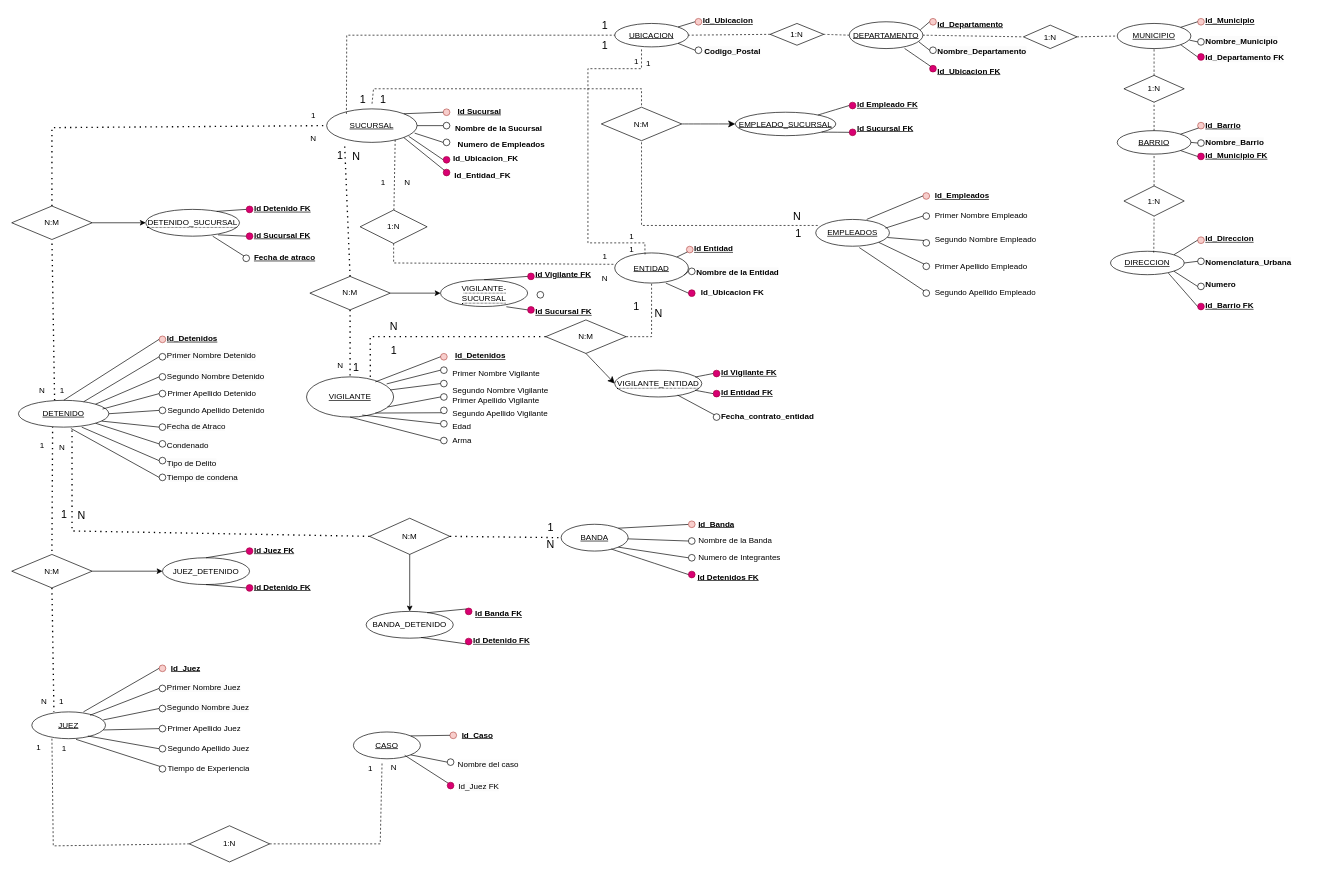
Before: page "DER" (2 of 2) of TRABAJO POLICIA/DER-POLICIA-CECILIA-JENYFER.drawio in JenyferQuintero/CASO-POLICIA---JENYFER-CECILIA, a draw.io diagram. Source tidied: cells renumbered, new cells numbered last; positions are measured from the earlier drawing's top-left corner, leaving out a move shared by most shapes. Both pictures are drawn from the tidied source at 67%, with x=0, y=0 at pixel (11, 11).
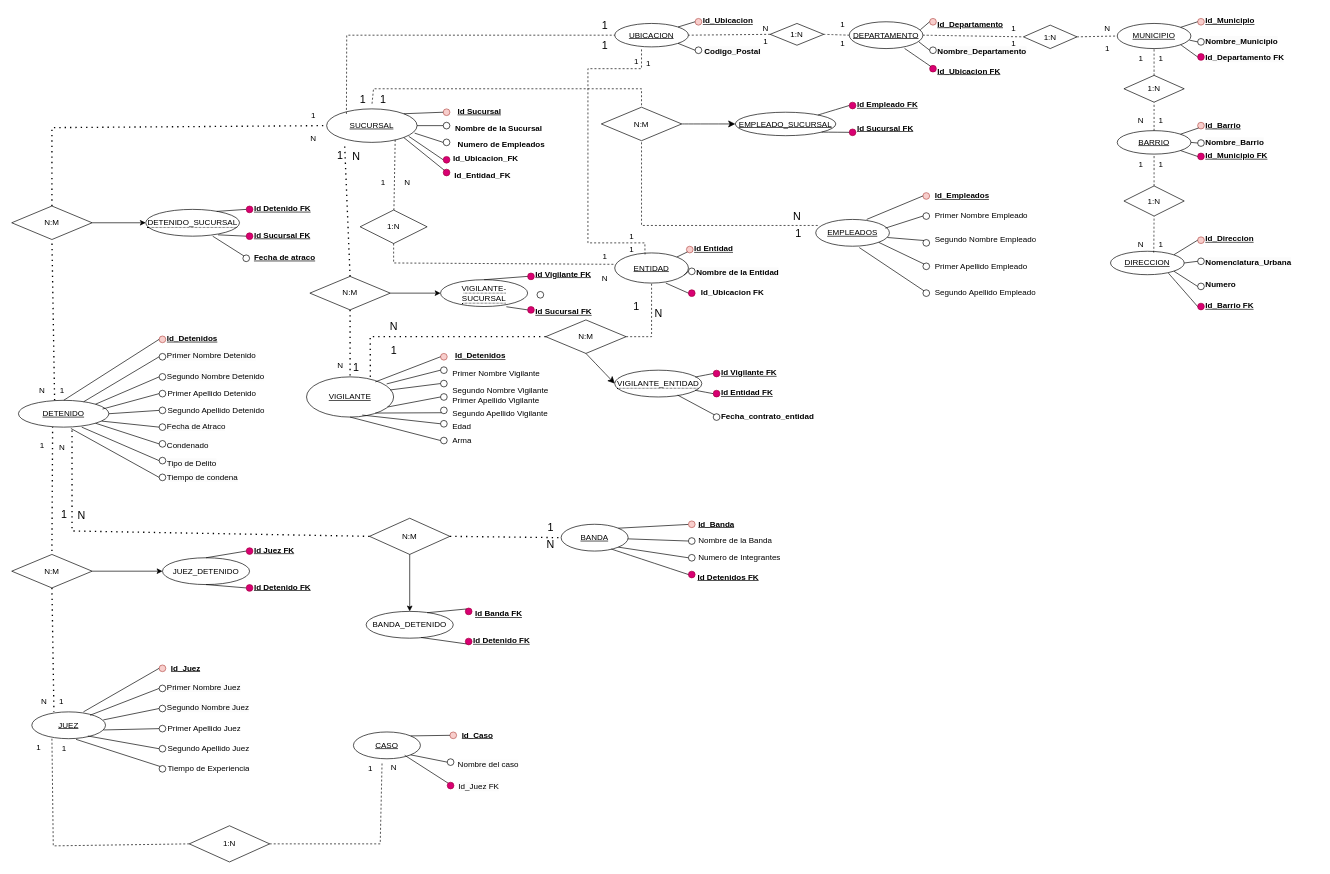
The same diagram, later.

Change to the diagram source:
```diff
@@
+    <mxCell id="320" value="1" style="text;html=1;align=center;verticalAlign=middle;strokeColor=none;fillColor=none;" parent="1" vertex="1">
+      <mxGeometry x="1110" y="30" width="30" height="30" as="geometry" />
+    </mxCell>
+    <mxCell id="321" value="1" style="text;html=1;align=center;verticalAlign=middle;strokeColor=none;fillColor=none;" parent="1" vertex="1">
+      <mxGeometry x="1225" y="33" width="30" height="30" as="geometry" />
+    </mxCell>
+    <mxCell id="322" value="1" style="text;html=1;align=center;verticalAlign=middle;strokeColor=none;fillColor=none;" parent="1" vertex="1">
+      <mxGeometry x="1225" y="5" width="30" height="30" as="geometry" />
+    </mxCell>
+    <mxCell id="323" value="N" style="text;html=1;align=center;verticalAlign=middle;strokeColor=none;fillColor=none;" parent="1" vertex="1">
+      <mxGeometry x="1110" y="10" width="30" height="30" as="geometry" />
+    </mxCell>
+    <mxCell id="324" value="1" style="text;html=1;align=center;verticalAlign=middle;strokeColor=none;fillColor=none;" parent="1" vertex="1">
+      <mxGeometry x="1480" y="33" width="30" height="30" as="geometry" />
+    </mxCell>
+    <mxCell id="325" value="N" style="text;html=1;align=center;verticalAlign=middle;strokeColor=none;fillColor=none;" parent="1" vertex="1">
+      <mxGeometry x="1620" y="10" width="30" height="30" as="geometry" />
+    </mxCell>
+    <mxCell id="326" value="1" style="text;html=1;align=center;verticalAlign=middle;strokeColor=none;fillColor=none;" parent="1" vertex="1">
+      <mxGeometry x="1620" y="40" width="30" height="30" as="geometry" />
+    </mxCell>
+    <mxCell id="327" value="1" style="text;html=1;align=center;verticalAlign=middle;strokeColor=none;fillColor=none;" parent="1" vertex="1">
+      <mxGeometry x="1670" y="212.5" width="30" height="30" as="geometry" />
+    </mxCell>
+    <mxCell id="328" value="1" style="text;html=1;align=center;verticalAlign=middle;strokeColor=none;fillColor=none;" parent="1" vertex="1">
+      <mxGeometry x="1700" y="333" width="30" height="30" as="geometry" />
+    </mxCell>
+    <mxCell id="329" value="1" style="text;html=1;align=center;verticalAlign=middle;strokeColor=none;fillColor=none;" parent="1" vertex="1">
+      <mxGeometry x="1700" y="147.5" width="30" height="30" as="geometry" />
+    </mxCell>
+    <mxCell id="330" value="1" style="text;html=1;align=center;verticalAlign=middle;strokeColor=none;fillColor=none;" parent="1" vertex="1">
+      <mxGeometry x="1480" y="10" width="30" height="30" as="geometry" />
+    </mxCell>
+    <mxCell id="331" value="1" style="text;html=1;align=center;verticalAlign=middle;strokeColor=none;fillColor=none;" parent="1" vertex="1">
+      <mxGeometry x="1670" y="55" width="30" height="30" as="geometry" />
+    </mxCell>
+    <mxCell id="332" value="N" style="text;html=1;align=center;verticalAlign=middle;strokeColor=none;fillColor=none;" parent="1" vertex="1">
+      <mxGeometry x="1670" y="147.5" width="30" height="30" as="geometry" />
+    </mxCell>
+    <mxCell id="333" value="1" style="text;html=1;align=center;verticalAlign=middle;strokeColor=none;fillColor=none;" parent="1" vertex="1">
+      <mxGeometry x="1700" y="55" width="30" height="30" as="geometry" />
+    </mxCell>
+    <mxCell id="334" value="1" style="text;html=1;align=center;verticalAlign=middle;strokeColor=none;fillColor=none;" parent="1" vertex="1">
+      <mxGeometry x="1700" y="212.5" width="30" height="30" as="geometry" />
+    </mxCell>
+    <mxCell id="335" value="N" style="text;html=1;align=center;verticalAlign=middle;strokeColor=none;fillColor=none;" parent="1" vertex="1">
+      <mxGeometry x="1670" y="333" width="30" height="30" as="geometry" />
+    </mxCell>
```
